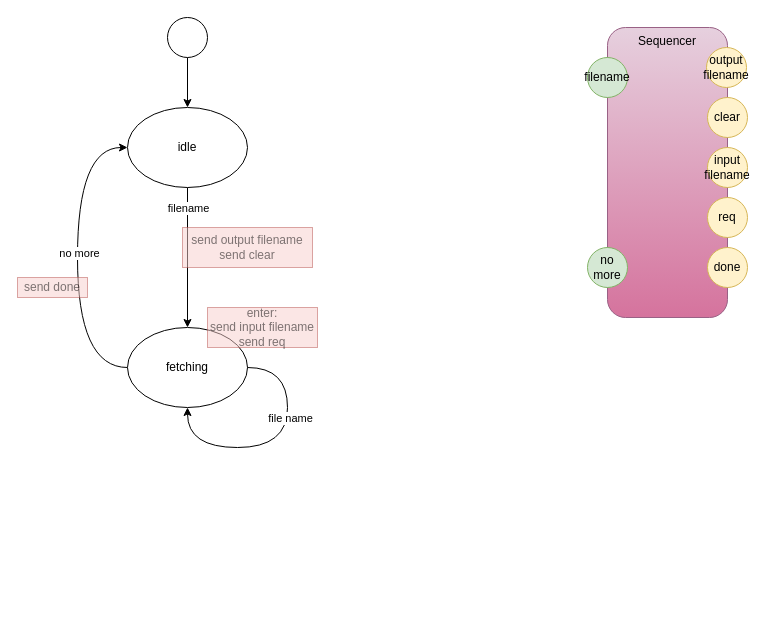
The draw.io diagram page "Sequencer" (4 of 5) of pm-copy.drawio in guitarvydas/pypm, before the edit. Source tidied: cells renumbered, new cells numbered last; positions are measured from the earlier drawing's top-left corner, leaving out a move shared by most shapes. Both pictures are drawn from the tidied source at 100%, with x=0, y=0 at pixel (17, 17).
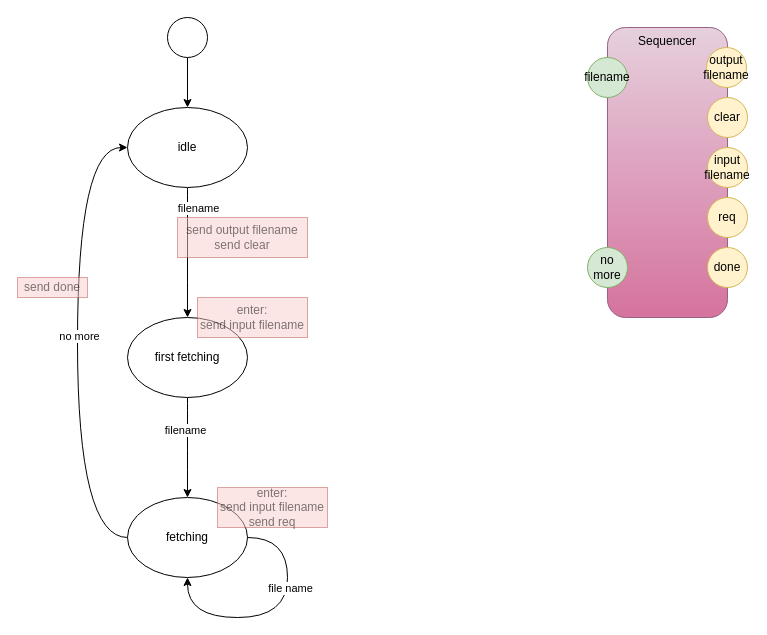
After the change.

Commit message (it also covers changes not shown here):
delegate sends port, not hard-wired 'filename' ; text.txt

Unchanged cells that the change refers to:
```xml
<mxCell id="5" value="idle" style="ellipse;whiteSpace=wrap;html=1;" parent="1" vertex="1">
  <mxGeometry x="110" y="90" width="120" height="80" as="geometry" />
</mxCell>
```

The edit, as a diff of the source:
```diff
@@
-    <mxCell id="3" style="edgeStyle=orthogonalEdgeStyle;rounded=0;jettySize=auto;html=1;exitX=0.5;exitY=1;exitDx=0;exitDy=0;" parent="1" edge="1" source="5" target="8">
+    <mxCell id="3" style="edgeStyle=orthogonalEdgeStyle;jettySize=auto;html=1;exitX=0.5;exitY=1;exitDx=0;exitDy=0;curved=1;" parent="1" edge="1" source="5" target="25">
       <mxGeometry relative="1" as="geometry" />
     </mxCell>
     <mxCell id="4" value="filename" style="edgeLabel;html=1;align=center;verticalAlign=middle;" parent="3" vertex="1">
       <mxGeometry x="-0.12" y="1" relative="1" as="geometry">
-        <mxPoint x="-1" y="-42" as="offset" />
+        <mxPoint x="9" y="-37" as="offset" />
       </mxGeometry>
     </mxCell>
@@
     <mxCell id="6" style="edgeStyle=orthogonalEdgeStyle;jettySize=auto;html=1;exitX=0;exitY=0.5;exitDx=0;exitDy=0;entryX=0;entryY=0.5;entryDx=0;entryDy=0;curved=1;" parent="1" edge="1" source="8" target="5">
       <mxGeometry relative="1" as="geometry">
         <Array as="points">
-          <mxPoint x="60" y="350" />
+          <mxPoint x="60" y="520" />
           <mxPoint x="60" y="130" />
         </Array>
       </mxGeometry>
     </mxCell>
@@
     <mxCell id="8" value="fetching" style="ellipse;whiteSpace=wrap;html=1;" parent="1" vertex="1">
-      <mxGeometry x="110" y="310" width="120" height="80" as="geometry" />
+      <mxGeometry x="110" y="480" width="120" height="80" as="geometry" />
     </mxCell>
@@
     <mxCell id="11" style="edgeStyle=orthogonalEdgeStyle;orthogonalLoop=1;jettySize=auto;html=1;exitX=1;exitY=0.5;exitDx=0;exitDy=0;entryX=0.5;entryY=1;entryDx=0;entryDy=0;curved=1;" parent="1" edge="1" source="8" target="8">
       <mxGeometry relative="1" as="geometry">
         <Array as="points">
-          <mxPoint x="270" y="350" />
-          <mxPoint x="270" y="430" />
-          <mxPoint x="170" y="430" />
+          <mxPoint x="270" y="520" />
+          <mxPoint x="270" y="600" />
+          <mxPoint x="170" y="600" />
         </Array>
       </mxGeometry>
     </mxCell>
@@
     <mxCell id="13" value="enter:&lt;br&gt;send input filename&lt;br&gt;send req" style="rounded=0;whiteSpace=wrap;html=1;fillColor=#f8cecc;strokeColor=#b85450;opacity=50;textOpacity=50;" parent="1" vertex="1">
-      <mxGeometry x="190" y="290" width="110" height="40" as="geometry" />
+      <mxGeometry x="200" y="470" width="110" height="40" as="geometry" />
     </mxCell>
@@
     <mxCell id="22" value="send output filename&lt;br&gt;send clear" style="rounded=0;whiteSpace=wrap;html=1;fillColor=#f8cecc;strokeColor=#b85450;opacity=50;textOpacity=50;" parent="1" vertex="1">
-      <mxGeometry x="165" y="210" width="130" height="40" as="geometry" />
+      <mxGeometry x="160" y="200" width="130" height="40" as="geometry" />
     </mxCell>
+    <mxCell id="23" style="edgeStyle=orthogonalEdgeStyle;jettySize=auto;html=1;exitX=0.5;exitY=1;exitDx=0;exitDy=0;entryX=0.5;entryY=0;entryDx=0;entryDy=0;curved=1;" parent="1" edge="1" source="25" target="8">
+      <mxGeometry relative="1" as="geometry" />
+    </mxCell>
+    <mxCell id="24" value="filename" style="edgeLabel;html=1;align=center;verticalAlign=middle;" parent="23" vertex="1">
+      <mxGeometry x="-0.36" y="-3" relative="1" as="geometry" />
+    </mxCell>
+    <mxCell id="25" value="first fetching" style="ellipse;whiteSpace=wrap;html=1;" parent="1" vertex="1">
+      <mxGeometry x="110" y="300" width="120" height="80" as="geometry" />
+    </mxCell>
+    <mxCell id="26" value="enter:&lt;br&gt;send input filename" style="rounded=0;whiteSpace=wrap;html=1;fillColor=#f8cecc;strokeColor=#b85450;opacity=50;textOpacity=50;" parent="1" vertex="1">
+      <mxGeometry x="180" y="280" width="110" height="40" as="geometry" />
+    </mxCell>
```
